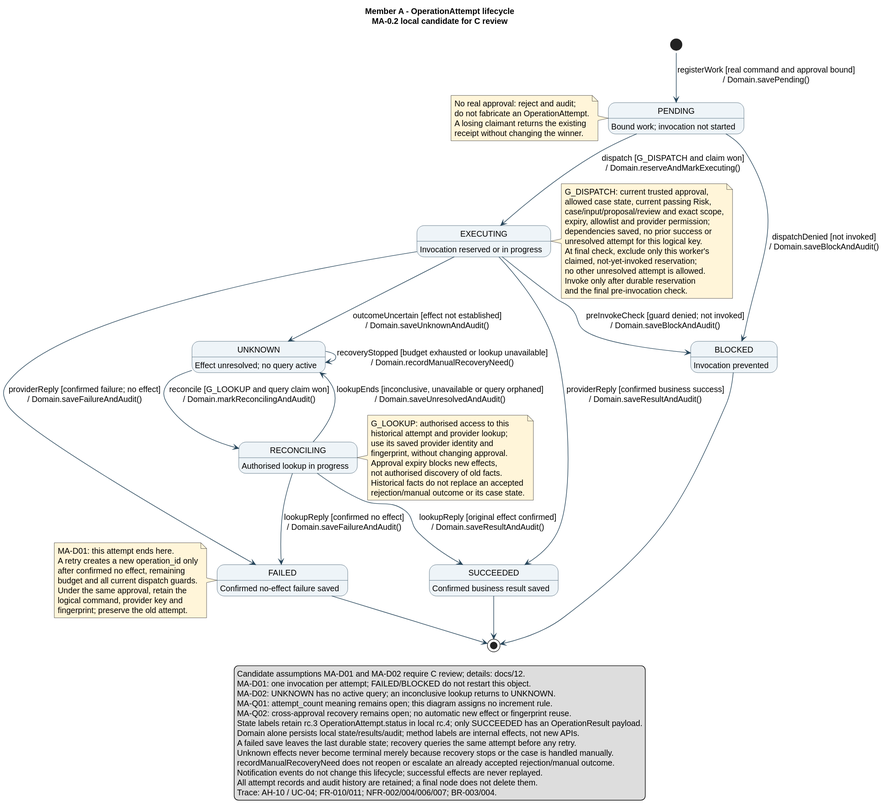
This is docs/diagrams/member-a/operation-attempt-state.svg from shuxiachai/returnops-au, a PlantUML export, as it was before one commit.
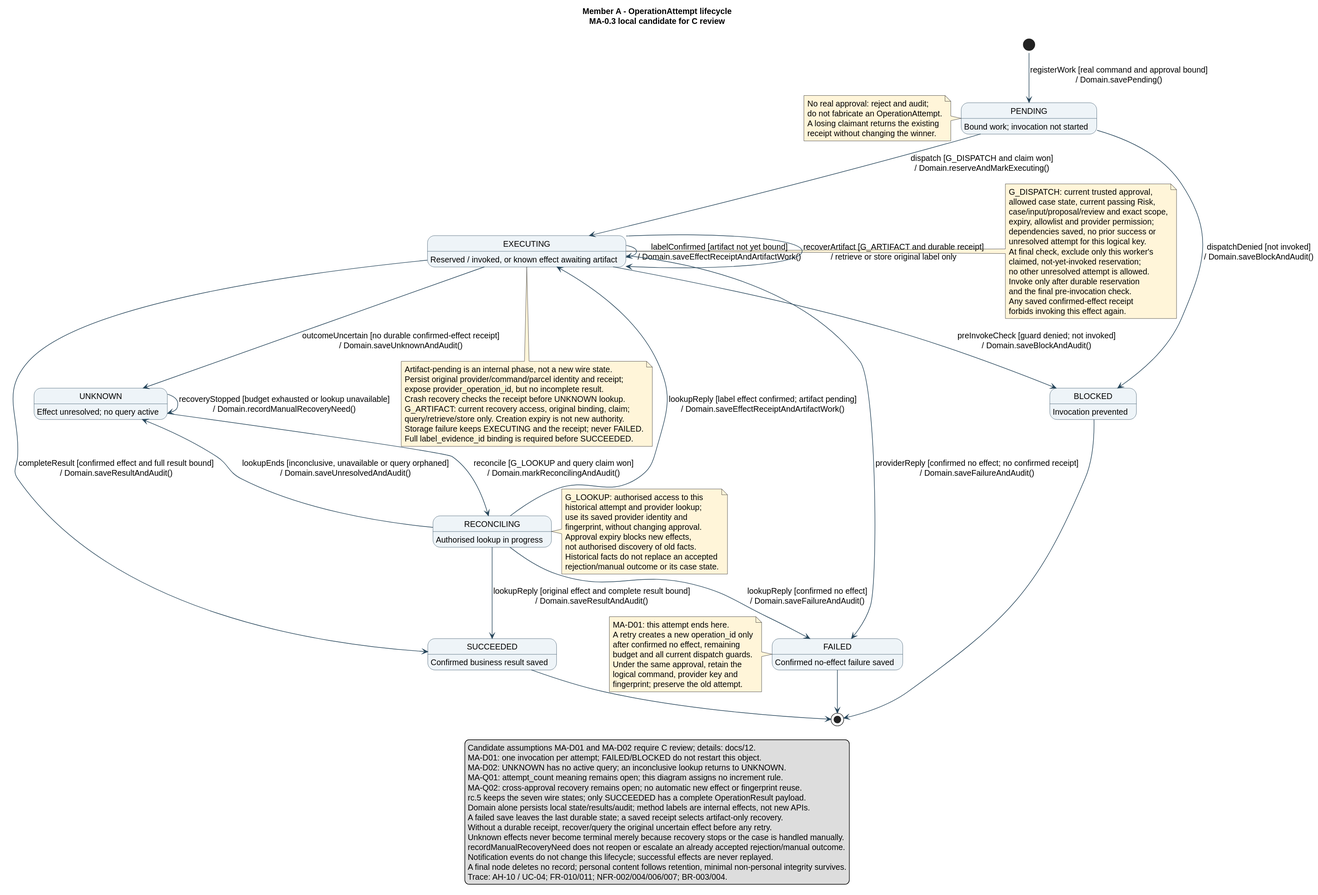
Later version of the same file.

What changed in the source:
```diff
@@ -1,6 +1,6 @@
 @startuml
 !pragma layout smetana
-title Member A - OperationAttempt lifecycle\nMA-0.2 local candidate for C review
+title Member A - OperationAttempt lifecycle\nMA-0.3 local candidate for C review
 hide empty description
 skinparam shadowing false
 skinparam defaultFontName SansSerif
@@ -19,7 +19,7 @@
 state BLOCKED
 
 PENDING : Bound work; invocation not started
-EXECUTING : Invocation reserved or in progress
+EXECUTING : Reserved / invoked, or known effect awaiting artifact
 SUCCEEDED : Confirmed business result saved
 FAILED : Confirmed no-effect failure saved
 UNKNOWN : Effect unresolved; no query active
@@ -30,12 +30,15 @@
 PENDING --> EXECUTING : dispatch [G_DISPATCH and claim won]\n/ Domain.reserveAndMarkExecuting()
 PENDING --> BLOCKED : dispatchDenied [not invoked]\n/ Domain.saveBlockAndAudit()
 EXECUTING --> BLOCKED : preInvokeCheck [guard denied; not invoked]\n/ Domain.saveBlockAndAudit()
-EXECUTING --> SUCCEEDED : providerReply [confirmed business success]\n/ Domain.saveResultAndAudit()
-EXECUTING --> FAILED : providerReply [confirmed failure; no effect]\n/ Domain.saveFailureAndAudit()
-EXECUTING --> UNKNOWN : outcomeUncertain [effect not established]\n/ Domain.saveUnknownAndAudit()
+EXECUTING --> SUCCEEDED : completeResult [confirmed effect and full result bound]\n/ Domain.saveResultAndAudit()
+EXECUTING --> EXECUTING : labelConfirmed [artifact not yet bound]\n/ Domain.saveEffectReceiptAndArtifactWork()
+EXECUTING --> EXECUTING : recoverArtifact [G_ARTIFACT and durable receipt]\n/ retrieve or store original label only
+EXECUTING --> FAILED : providerReply [confirmed no effect; no confirmed receipt]\n/ Domain.saveFailureAndAudit()
+EXECUTING --> UNKNOWN : outcomeUncertain [no durable confirmed-effect receipt]\n/ Domain.saveUnknownAndAudit()
 
 UNKNOWN --> RECONCILING : reconcile [G_LOOKUP and query claim won]\n/ Domain.markReconcilingAndAudit()
-RECONCILING --> SUCCEEDED : lookupReply [original effect confirmed]\n/ Domain.saveResultAndAudit()
+RECONCILING --> SUCCEEDED : lookupReply [original effect and complete result bound]\n/ Domain.saveResultAndAudit()
+RECONCILING --> EXECUTING : lookupReply [label effect confirmed; artifact pending]\n/ Domain.saveEffectReceiptAndArtifactWork()
 RECONCILING --> FAILED : lookupReply [confirmed no effect]\n/ Domain.saveFailureAndAudit()
 RECONCILING --> UNKNOWN : lookupEnds [inconclusive, unavailable or query orphaned]\n/ Domain.saveUnresolvedAndAudit()
 UNKNOWN --> UNKNOWN : recoveryStopped [budget exhausted or lookup unavailable]\n/ Domain.recordManualRecoveryNeed()
@@ -63,6 +66,8 @@
   no other unresolved attempt is allowed.
   Invoke only after durable reservation
   and the final pre-invocation check.
+  Any saved confirmed-effect receipt
+  forbids invoking this effect again.
 end note
 
 note right of RECONCILING
@@ -74,6 +79,17 @@
   not authorised discovery of old facts.
   Historical facts do not replace an accepted
   rejection/manual outcome or its case state.
+end note
+
+note bottom of EXECUTING
+  Artifact-pending is an internal phase, not a new wire state.
+  Persist original provider/command/parcel identity and receipt;
+  expose provider_operation_id, but no incomplete result.
+  Crash recovery checks the receipt before UNKNOWN lookup.
+  G_ARTIFACT: current recovery access, original binding, claim;
+  query/retrieve/store only. Creation expiry is not new authority.
+  Storage failure keeps EXECUTING and the receipt; never FAILED.
+  Full label_evidence_id binding is required before SUCCEEDED.
 end note
 
 note left of FAILED
@@ -92,13 +108,14 @@
   MA-D02: UNKNOWN has no active query; an inconclusive lookup returns to UNKNOWN.
   MA-Q01: attempt_count meaning remains open; this diagram assigns no increment rule.
   MA-Q02: cross-approval recovery remains open; no automatic new effect or fingerprint reuse.
-  State labels retain rc.3 OperationAttempt.status in local rc.4; only SUCCEEDED has an OperationResult payload.
+  rc.5 keeps the seven wire states; only SUCCEEDED has a complete OperationResult payload.
   Domain alone persists local state/results/audit; method labels are internal effects, not new APIs.
-  A failed save leaves the last durable state; recovery queries the same attempt before any retry.
+  A failed save leaves the last durable state; a saved receipt selects artifact-only recovery.
+  Without a durable receipt, recover/query the original uncertain effect before any retry.
   Unknown effects never become terminal merely because recovery stops or the case is handled manually.
   recordManualRecoveryNeed does not reopen or escalate an already accepted rejection/manual outcome.
   Notification events do not change this lifecycle; successful effects are never replayed.
-  All attempt records and audit history are retained; a final node does not delete them.
+  A final node deletes no record; personal content follows retention, minimal non-personal integrity survives.
   Trace: AH-10 / UC-04; FR-010/011; NFR-002/004/006/007; BR-003/004.
 endlegend
 @enduml
```
